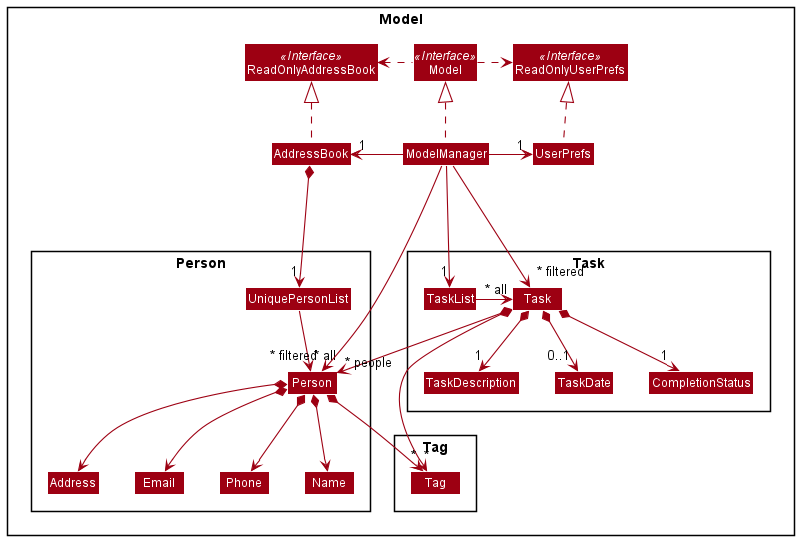
Before: docs/images/ModelClassDiagram.png, a diagram exported from PlantUML (nus-cs2103-AY2122S1/tp).
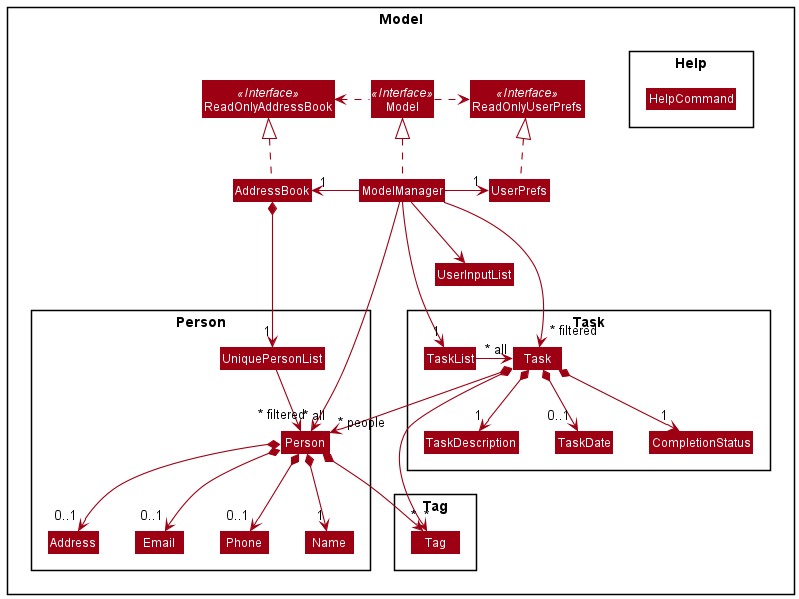
After the commit.

Commit message:
Update Model class diagram

The edit, as a diff of the source:
```diff
@@ -14,6 +14,7 @@
 Class ModelManager
 Class UserPrefs
 Class ReadOnlyUserPrefs
+Class UserInputList
 
 package Person {
 Class UniquePersonList
@@ -35,6 +36,10 @@
 package Tag {
 Class Tag
 }
+
+package Help {
+Class HelpCommand
+}
 }
 
 Task *--> "1" TaskDescription
@@ -54,13 +59,14 @@
 ModelManager ->"1" TaskList
 ModelManager -right-> "1" UserPrefs
 UserPrefs .up.|> ReadOnlyUserPrefs
+ModelManager --> UserInputList
 
 AddressBook *--> "1" UniquePersonList
 UniquePersonList --> "~* all" Person
-Person *-> Name
-Person *-> Phone
-Person *-> Email
-Person *--> Address
+Person *-> "1" Name
+Person *-> "0..1" Phone
+Person *-> "0..1" Email
+Person *--> "0..1" Address
 Person *-> "*" Tag
 
 TaskDescription -[hidden]down-> Tag
```
